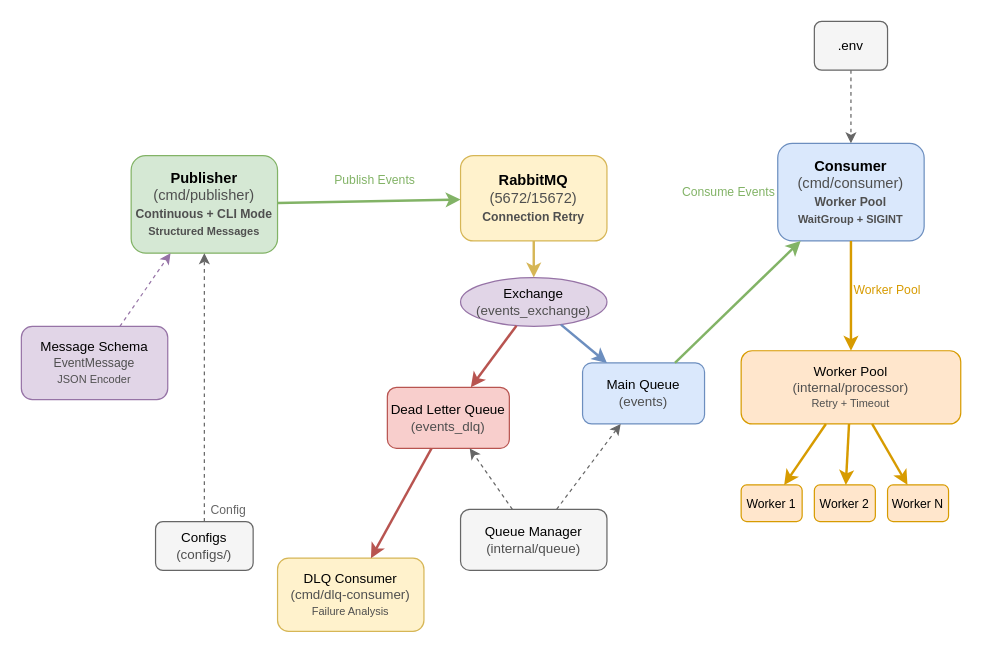
Earlier version of the draw.io diagram docs/architecture.drawio (lorenaziviani/go_hopper). Source tidied: cells renumbered, new cells numbered last; positions are measured from the earlier drawing's top-left corner, leaving out a move shared by most shapes. Both pictures are drawn from the tidied source at 122%, with x=0, y=0 at pixel (21, 21).
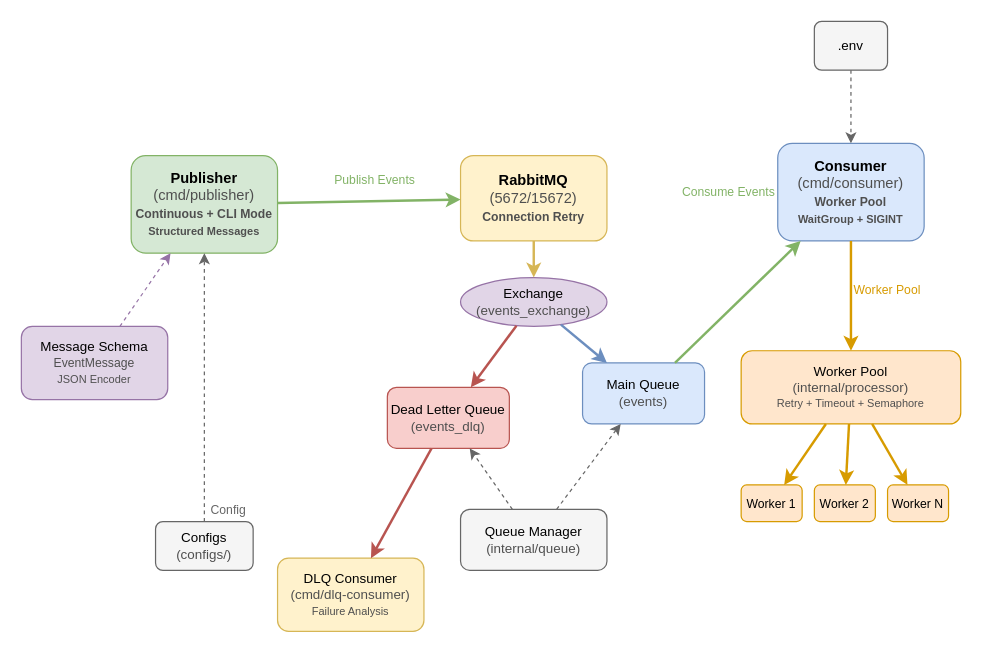
The same page after the edit.

Commit message (it also covers changes not shown here):
feat(processor): add custom semaphore to limit concurrency

Change to the diagram source:
```diff
@@
-    <mxCell id="9" value="Worker Pool&lt;br&gt;&lt;font style=&quot;color: rgb(79, 79, 79);&quot;&gt;(internal/processor)&lt;/font&gt;&lt;br&gt;&lt;font style=&quot;color: rgb(79, 79, 79); font-size: 9px;&quot;&gt;Retry + Timeout&lt;/font&gt;" style="rounded=1;whiteSpace=wrap;html=1;fillColor=#ffe6cc;strokeColor=#d79b00;fontSize=11;" parent="1" vertex="1">
+    <mxCell id="9" value="Worker Pool&lt;br&gt;&lt;font style=&quot;color: rgb(79, 79, 79);&quot;&gt;(internal/processor)&lt;/font&gt;&lt;br&gt;&lt;font style=&quot;color: rgb(79, 79, 79); font-size: 9px;&quot;&gt;Retry + Timeout + Semaphore&lt;/font&gt;" style="rounded=1;whiteSpace=wrap;html=1;fillColor=#ffe6cc;strokeColor=#d79b00;fontSize=11;" parent="1" vertex="1">
       <mxGeometry x="590" y="270" width="180" height="60" as="geometry" />
     </mxCell>
```
